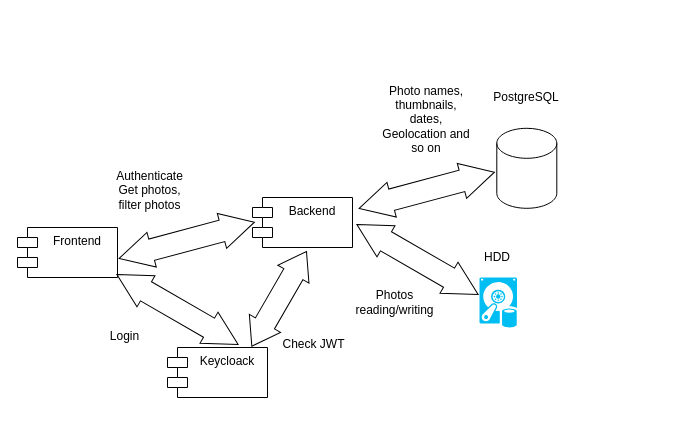
The draw.io diagram page "High-Level" (1 of 4) of docs/PhotoLibrarySpecification.drawio in DrMboga/PhotoLibrary, before the edit. Source tidied: cells renumbered, new cells numbered last; positions are measured from the earlier drawing's top-left corner, leaving out a move shared by most shapes. Both pictures are drawn from the tidied source at 100%, with x=0, y=0 at pixel (17, 67).
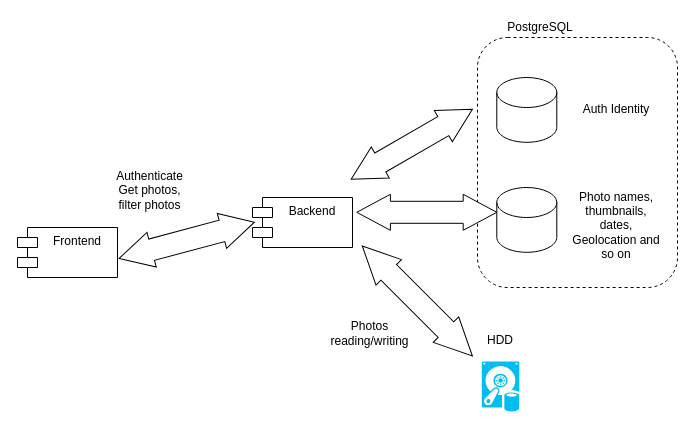
After the change.

Commit message (it also covers changes not shown here):
chore: identity spec change

Diff of the diagram source:
```diff
@@
 <mxGraphModel>
   <root>
     <mxCell id="0" />
     <mxCell id="1" parent="0" />
+    <mxCell id="19" style="rounded=1;whiteSpace=wrap;html=1;fillColor=none;dashed=1;" parent="1" vertex="1">
+      <mxGeometry x="460" y="-30" width="200" height="250" as="geometry" />
+    </mxCell>
     <mxCell id="2" style="shape=cylinder3;whiteSpace=wrap;html=1;boundedLbl=1;backgroundOutline=1;size=15;" parent="1" vertex="1">
-      <mxGeometry x="479.3" y="60.8" width="60" height="80" as="geometry" />
+      <mxGeometry x="479.3" y="120" width="60" height="64.8" as="geometry" />
     </mxCell>
     <mxCell id="3" value="PostgreSQL" style="text;html=1;strokeColor=none;fillColor=none;align=center;verticalAlign=middle;whiteSpace=wrap;rounded=0;" parent="1" vertex="1">
-      <mxGeometry x="464.3" y="20" width="90" height="20" as="geometry" />
+      <mxGeometry x="477.7" y="-50" width="90" height="20" as="geometry" />
     </mxCell>
-    <mxCell id="4" value="Keycloack" style="shape=module;align=left;spacingLeft=20;align=center;verticalAlign=top;" parent="1" vertex="1">
-      <mxGeometry x="150" y="280" width="100" height="50" as="geometry" />
-    </mxCell>
     <mxCell id="5" value="Backend" style="shape=module;align=left;spacingLeft=20;align=center;verticalAlign=top;" parent="1" vertex="1">
       <mxGeometry x="235" y="130" width="100" height="50" as="geometry" />
     </mxCell>
     <mxCell id="6" value="Frontend" style="shape=module;align=left;spacingLeft=20;align=center;verticalAlign=top;" parent="1" vertex="1">
       <mxGeometry y="160" width="100" height="50" as="geometry" />
     </mxCell>
     <mxCell id="7" style="verticalLabelPosition=bottom;html=1;verticalAlign=top;align=center;strokeColor=none;fillColor=#00BEF2;shape=mxgraph.azure.vhd_data_disk;" parent="1" vertex="1">
-      <mxGeometry x="462" y="210" width="37.5" height="50" as="geometry" />
+      <mxGeometry x="464.3" y="294" width="37.5" height="50" as="geometry" />
     </mxCell>
     <mxCell id="8" value="HDD" style="text;html=1;strokeColor=none;fillColor=none;align=center;verticalAlign=middle;whiteSpace=wrap;rounded=0;" parent="1" vertex="1">
-      <mxGeometry x="435" y="180" width="90" height="20" as="geometry" />
+      <mxGeometry x="438.1" y="263" width="90" height="20" as="geometry" />
     </mxCell>
     <mxCell id="9" style="shape=doubleArrow;whiteSpace=wrap;html=1;arrowWidth=0.6111111111111112;arrowSize=0.24;rotation=-15;" parent="1" vertex="1">
       <mxGeometry x="99.3" y="154.8" width="140" height="36" as="geometry" />
     </mxCell>
-    <mxCell id="10" style="shape=doubleArrow;whiteSpace=wrap;html=1;arrowWidth=0.6111111111111112;arrowSize=0.24;rotation=30;" parent="1" vertex="1">
-      <mxGeometry x="90" y="224" width="140" height="36" as="geometry" />
-    </mxCell>
-    <mxCell id="11" style="shape=doubleArrow;whiteSpace=wrap;html=1;arrowWidth=0.6111111111111112;arrowSize=0.24;rotation=-15;" parent="1" vertex="1">
-      <mxGeometry x="339.3" y="104.8" width="140" height="36" as="geometry" />
+    <mxCell id="11" style="shape=doubleArrow;whiteSpace=wrap;html=1;arrowWidth=0.6111111111111112;arrowSize=0.24;rotation=0;" parent="1" vertex="1">
+      <mxGeometry x="339.3" y="126.8" width="140" height="36" as="geometry" />
     </mxCell>
-    <mxCell id="12" style="shape=doubleArrow;whiteSpace=wrap;html=1;arrowWidth=0.6111111111111112;arrowSize=0.24;rotation=30;" parent="1" vertex="1">
-      <mxGeometry x="330" y="174" width="140" height="36" as="geometry" />
+    <mxCell id="12" style="shape=doubleArrow;whiteSpace=wrap;html=1;arrowWidth=0.6111111111111112;arrowSize=0.24;rotation=45;" parent="1" vertex="1">
+      <mxGeometry x="322" y="215.5" width="155.7" height="36" as="geometry" />
     </mxCell>
     <mxCell id="13" value="Photo names,&lt;br&gt;thumbnails, dates, Geolocation and so on" style="text;html=1;strokeColor=none;fillColor=none;align=center;verticalAlign=middle;whiteSpace=wrap;rounded=0;" parent="1" vertex="1">
-      <mxGeometry x="364.3" width="90" height="104.8" as="geometry" />
+      <mxGeometry x="554.3" y="105.2" width="90" height="104.8" as="geometry" />
     </mxCell>
     <mxCell id="14" value="Photos reading/writing" style="text;html=1;strokeColor=none;fillColor=none;align=center;verticalAlign=middle;whiteSpace=wrap;rounded=0;" parent="1" vertex="1">
-      <mxGeometry x="335" y="207" width="85" height="56" as="geometry" />
+      <mxGeometry x="310" y="238" width="85" height="56" as="geometry" />
     </mxCell>
-    <mxCell id="15" style="shape=doubleArrow;whiteSpace=wrap;html=1;arrowWidth=0.6111111111111112;arrowSize=0.24;rotation=120;" parent="1" vertex="1">
-      <mxGeometry x="207" y="213.3" width="109.3" height="36" as="geometry" />
-    </mxCell>
-    <mxCell id="16" value="Check JWT" style="text;html=1;strokeColor=none;fillColor=none;align=center;verticalAlign=middle;whiteSpace=wrap;rounded=0;" parent="1" vertex="1">
-      <mxGeometry x="254.3" y="249.3" width="85" height="56" as="geometry" />
-    </mxCell>
-    <mxCell id="17" value="Login" style="text;html=1;strokeColor=none;fillColor=none;align=center;verticalAlign=middle;whiteSpace=wrap;rounded=0;" parent="1" vertex="1">
-      <mxGeometry x="65" y="249.3" width="85" height="40" as="geometry" />
-    </mxCell>
     <mxCell id="18" value="Authenticate&lt;br&gt;Get photos, filter photos" style="text;html=1;strokeColor=none;fillColor=none;align=center;verticalAlign=middle;whiteSpace=wrap;rounded=0;" parent="1" vertex="1">
       <mxGeometry x="90" y="94.8" width="85" height="56" as="geometry" />
     </mxCell>
+    <mxCell id="20" style="shape=cylinder3;whiteSpace=wrap;html=1;boundedLbl=1;backgroundOutline=1;size=15;" parent="1" vertex="1">
+      <mxGeometry x="479.3" y="10" width="60" height="64.8" as="geometry" />
+    </mxCell>
+    <mxCell id="21" value="Auth Identity" style="text;html=1;strokeColor=none;fillColor=none;align=center;verticalAlign=middle;whiteSpace=wrap;rounded=0;" parent="1" vertex="1">
+      <mxGeometry x="554.3" y="17.4" width="90" height="50" as="geometry" />
+    </mxCell>
+    <mxCell id="22" style="shape=doubleArrow;whiteSpace=wrap;html=1;arrowWidth=0.6111111111111112;arrowSize=0.24;rotation=-30;" parent="1" vertex="1">
+      <mxGeometry x="324.3" y="58.8" width="140" height="36" as="geometry" />
+    </mxCell>
   </root>
 </mxGraphModel>
```
